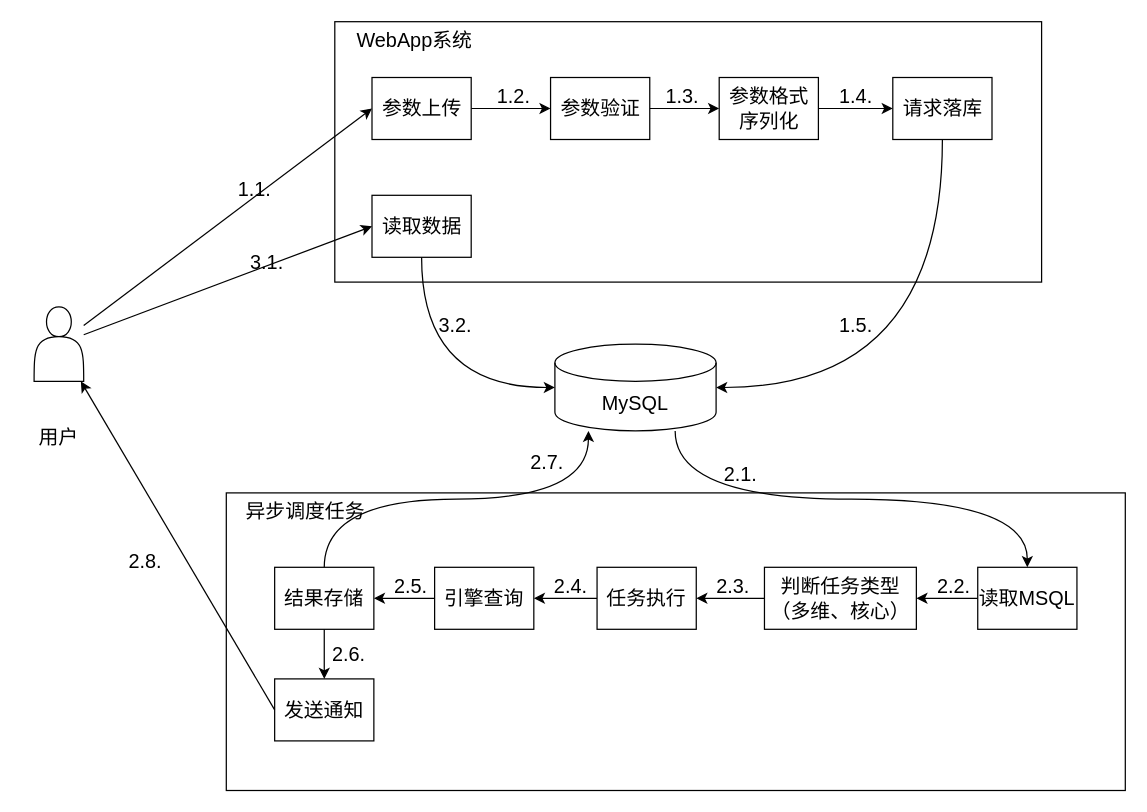
The draw.io diagram 多维分析支持高维判存.drawio in FlyThroughAir/DrawHere, before the edit. Source tidied: cells renumbered, new cells numbered last; positions are measured from the earlier drawing's top-left corner, leaving out a move shared by most shapes. Both pictures are drawn from the tidied source at 124%, with x=0, y=0 at pixel (21, 21).
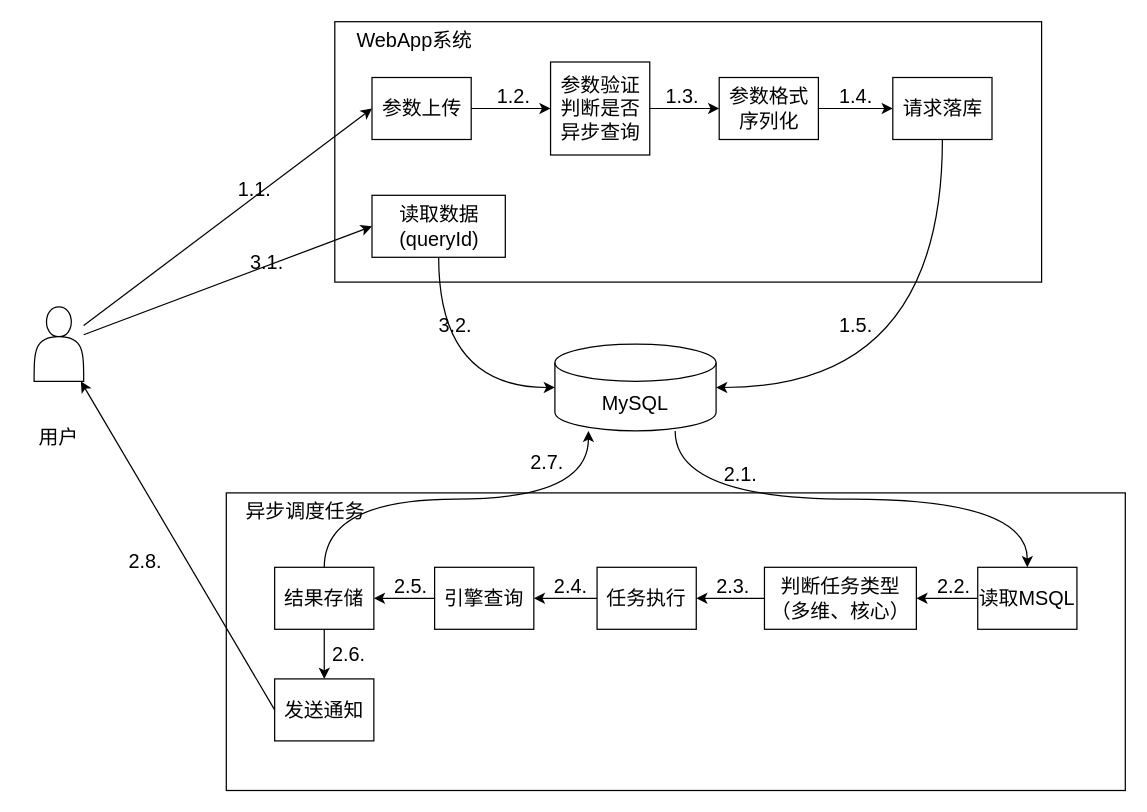
Above is the later version.

Commit message:
更新多维分析支持高维判存.drawio

Change to the diagram source:
```diff
@@
-    <mxCell id="9" value="参数验证" style="rounded=0;whiteSpace=wrap;html=1;fontSize=16;" parent="1" vertex="1">
-      <mxGeometry x="426.5" y="45" width="80" height="50" as="geometry" />
+    <mxCell id="9" value="参数验证判断是否异步查询" style="rounded=0;whiteSpace=wrap;html=1;fontSize=16;" parent="1" vertex="1">
+      <mxGeometry x="426.5" y="32.5" width="80" height="75" as="geometry" />
     </mxCell>
@@
-    <mxCell id="31" value="读取数据" style="rounded=0;whiteSpace=wrap;html=1;fontSize=16;" parent="1" vertex="1">
-      <mxGeometry x="282.5" y="140" width="80" height="50" as="geometry" />
+    <mxCell id="31" value="读取数据(queryId)" style="rounded=0;whiteSpace=wrap;html=1;fontSize=16;" parent="1" vertex="1">
+      <mxGeometry x="282.5" y="140" width="107.5" height="50" as="geometry" />
     </mxCell>
```
